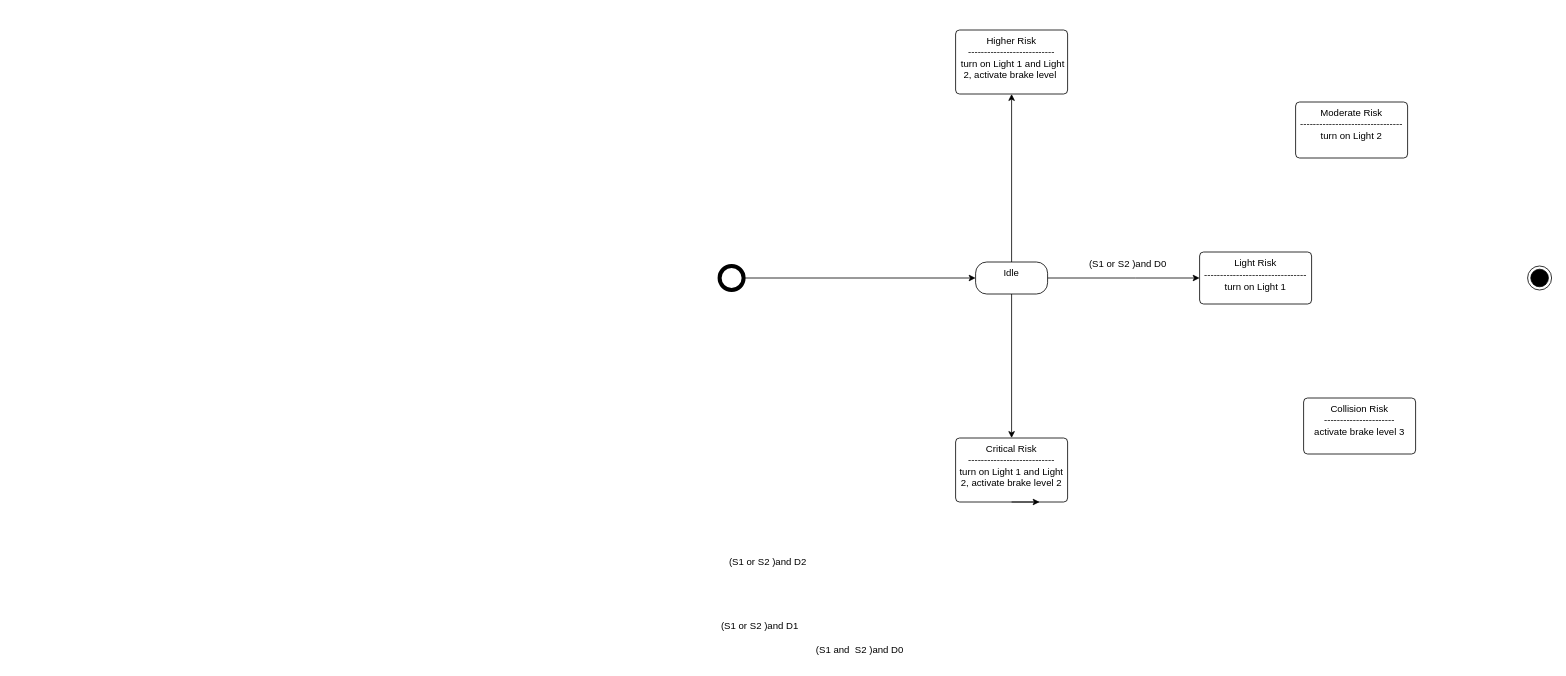
Earlier version of the draw.io diagram addd_statemachine.drawio (XingxingLiao/TEST). Source tidied: cells renumbered, new cells numbered last; positions are measured from the earlier drawing's top-left corner, leaving out a move shared by most shapes. Both pictures are drawn from the tidied source at 80%, with x=0, y=0 at pixel (711, 30).
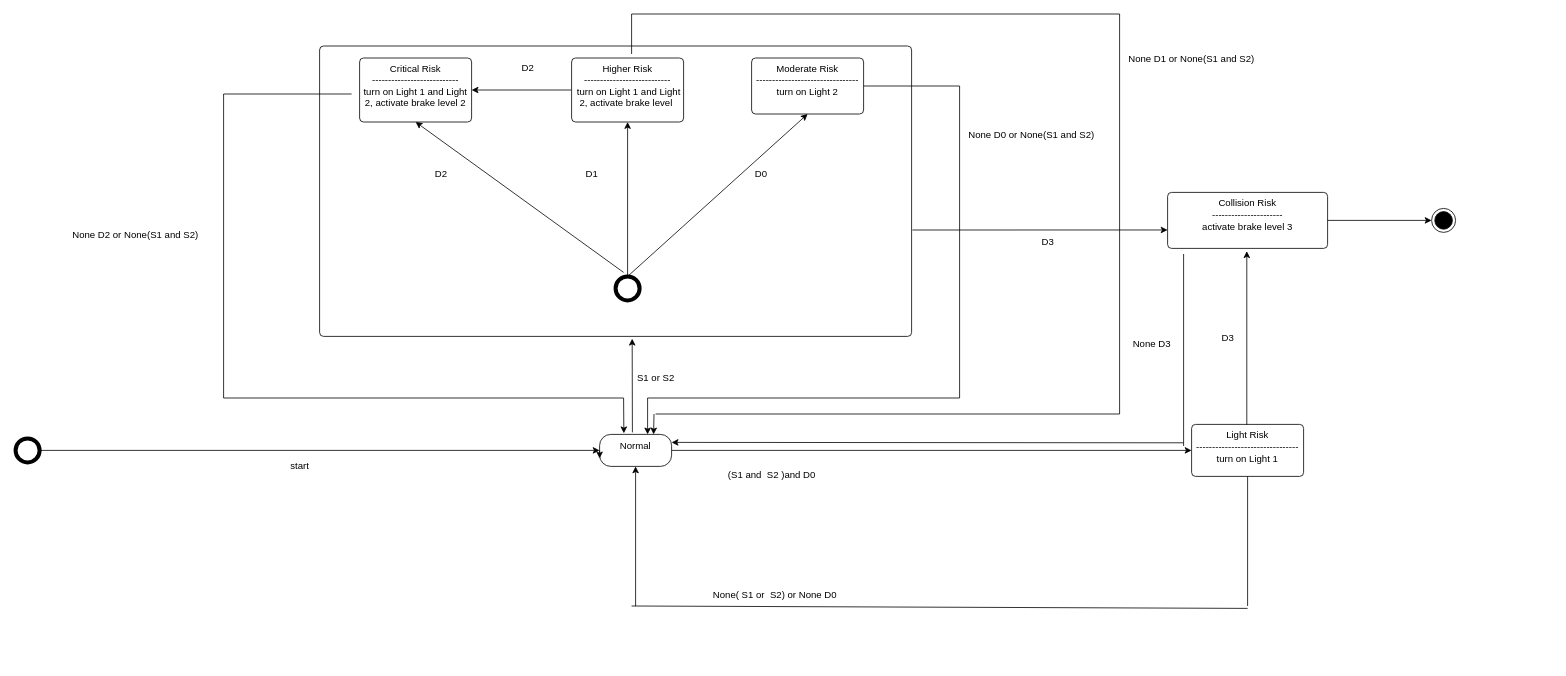
After the change.

Change to the diagram source:
```diff
@@
     <mxCell id="2" style="ellipse;html=1;shape=endState;fillColor=strokeColor;" parent="1" vertex="1">
-      <mxGeometry x="1020" y="295" width="30" height="30" as="geometry" />
+      <mxGeometry x="900" y="223" width="30" height="30" as="geometry" />
     </mxCell>
     <mxCell id="3" style="shape=ellipse;html=1;dashed=0;whiteSpace=wrap;strokeWidth=5;perimeter=ellipsePerimeter;" parent="1" vertex="1">
-      <mxGeometry x="10" y="295" width="30" height="30" as="geometry" />
+      <mxGeometry x="-870" y="510.5" width="30" height="30" as="geometry" />
     </mxCell>
@@
     <mxCell id="5" style="edgeStyle=orthogonalEdgeStyle;rounded=0;jettySize=auto;html=1;fontFamily=Helvetica;fontSize=12;fontColor=default;entryX=0;entryY=0.5;entryDx=0;entryDy=0;" parent="1" edge="1" source="8" target="17">
-      <mxGeometry relative="1" as="geometry">
-        <Array as="points">
-          <mxPoint x="530" y="310" />
-          <mxPoint x="530" y="310" />
-        </Array>
-      </mxGeometry>
+      <mxGeometry relative="1" as="geometry" />
     </mxCell>
-    <mxCell id="6" style="edgeStyle=orthogonalEdgeStyle;rounded=0;jettySize=auto;html=1;entryX=0.5;entryY=0;entryDx=0;entryDy=0;fontFamily=Helvetica;fontSize=12;fontColor=default;" parent="1" edge="1" source="8" target="13">
-      <mxGeometry relative="1" as="geometry" />
-    </mxCell>
-    <mxCell id="7" style="edgeStyle=orthogonalEdgeStyle;rounded=0;jettySize=auto;html=1;entryX=0.5;entryY=1;entryDx=0;entryDy=0;fontFamily=Helvetica;fontSize=12;fontColor=default;" parent="1" edge="1" source="8" target="16">
-      <mxGeometry relative="1" as="geometry" />
-    </mxCell>
-    <mxCell id="8" value="Idle" style="html=1;align=center;verticalAlign=top;rounded=1;absoluteArcSize=1;arcSize=28;dashed=0;whiteSpace=wrap;" parent="1" vertex="1">
-      <mxGeometry x="330" y="290" width="90" height="40" as="geometry" />
+    <mxCell id="8" value="Normal" style="html=1;align=center;verticalAlign=top;rounded=1;absoluteArcSize=1;arcSize=28;dashed=0;whiteSpace=wrap;" parent="1" vertex="1">
+      <mxGeometry x="-140" y="505.5" width="90" height="40" as="geometry" />
     </mxCell>
-    <mxCell id="9" value="(S1 or S2 )and D0" style="text;html=1;align=center;verticalAlign=middle;strokeColor=none;fillColor=none;fontFamily=Helvetica;fontSize=12;fontColor=default;" parent="1" vertex="1">
-      <mxGeometry x="460" y="277.5" width="120" height="30" as="geometry" />
-    </mxCell>
     <mxCell id="10" value="(S1 and&amp;nbsp; S2 )and D0" style="text;html=1;align=center;verticalAlign=middle;strokeColor=none;fillColor=none;fontFamily=Helvetica;fontSize=12;fontColor=default;" parent="1" vertex="1">
-      <mxGeometry x="120" y="760" width="130" height="30" as="geometry" />
+      <mxGeometry x="10" y="540.5" width="130" height="30" as="geometry" />
     </mxCell>
-    <mxCell id="11" value="(S1 or S2 )and D1" style="text;html=1;align=center;verticalAlign=middle;strokeColor=none;fillColor=none;fontFamily=Helvetica;fontSize=12;fontColor=default;" parent="1" vertex="1">
-      <mxGeometry y="730" width="120" height="30" as="geometry" />
-    </mxCell>
-    <mxCell id="12" value="(S1 or S2 )and D2" style="text;html=1;align=center;verticalAlign=middle;strokeColor=none;fillColor=none;fontFamily=Helvetica;fontSize=12;fontColor=default;" parent="1" vertex="1">
-      <mxGeometry x="10" y="650" width="120" height="30" as="geometry" />
-    </mxCell>
+    <mxCell id="14" value="Collision Risk&lt;div&gt;----------------------&lt;/div&gt;&lt;div&gt;activate brake level 3&lt;/div&gt;" style="html=1;align=center;verticalAlign=top;rounded=1;absoluteArcSize=1;arcSize=10;dashed=0;whiteSpace=wrap;strokeColor=default;fontFamily=Helvetica;fontSize=12;fontColor=default;fillColor=default;" parent="1" vertex="1">
+      <mxGeometry x="570" y="203" width="200" height="70" as="geometry" />
+    </mxCell>
+    <mxCell id="17" value="Light Risk&lt;div&gt;--------------------------------&lt;/div&gt;&lt;div&gt;turn on Light 1&lt;/div&gt;" style="html=1;align=center;verticalAlign=top;rounded=1;absoluteArcSize=1;arcSize=10;dashed=0;whiteSpace=wrap;strokeColor=default;fontFamily=Helvetica;fontSize=12;fontColor=default;fillColor=default;" parent="1" vertex="1">
+      <mxGeometry x="600" y="493" width="140" height="65" as="geometry" />
+    </mxCell>
+    <mxCell id="19" value="D3" style="text;html=1;align=center;verticalAlign=middle;strokeColor=none;fillColor=none;fontFamily=Helvetica;fontSize=12;fontColor=default;" parent="1" vertex="1">
+      <mxGeometry x="400" y="250" width="40" height="30" as="geometry" />
+    </mxCell>
+    <mxCell id="20" style="endArrow=classic;html=1;rounded=0;fontFamily=Helvetica;fontSize=12;fontColor=default;entryX=0.5;entryY=1;entryDx=0;entryDy=0;" parent="1" edge="1" target="8">
+      <mxGeometry relative="1" as="geometry">
+        <mxPoint x="-95" y="720" as="sourcePoint" />
+      </mxGeometry>
+    </mxCell>
+    <mxCell id="21" style="endArrow=none;html=1;rounded=0;fontFamily=Helvetica;fontSize=12;fontColor=default;" parent="1" edge="1">
+      <mxGeometry relative="1" as="geometry">
+        <mxPoint x="-100" y="720" as="sourcePoint" />
+        <mxPoint x="670" y="723" as="targetPoint" />
+      </mxGeometry>
+    </mxCell>
+    <mxCell id="22" style="endArrow=none;html=1;rounded=0;fontFamily=Helvetica;fontSize=12;fontColor=default;entryX=0.5;entryY=1;entryDx=0;entryDy=0;" parent="1" edge="1" target="17">
+      <mxGeometry relative="1" as="geometry">
+        <mxPoint x="670" y="720" as="sourcePoint" />
+      </mxGeometry>
+    </mxCell>
+    <mxCell id="23" style="endArrow=classic;html=1;rounded=0;fontFamily=Helvetica;fontSize=12;fontColor=default;entryX=0;entryY=0.671;entryDx=0;entryDy=0;entryPerimeter=0;" parent="1" edge="1" target="14">
+      <mxGeometry relative="1" as="geometry">
+        <mxPoint x="251" y="250" as="sourcePoint" />
+      </mxGeometry>
+    </mxCell>
+    <mxCell id="24" value="start" style="text;html=1;align=center;verticalAlign=middle;strokeColor=none;fillColor=none;fontFamily=Helvetica;fontSize=12;fontColor=default;" parent="1" vertex="1">
+      <mxGeometry x="-540" y="530" width="50" height="30" as="geometry" />
+    </mxCell>
+    <mxCell id="25" style="edgeStyle=orthogonalEdgeStyle;rounded=0;orthogonalLoop=1;jettySize=auto;html=1;exitX=0;exitY=0.5;exitDx=0;exitDy=0;entryX=0;entryY=0.75;entryDx=0;entryDy=0;fontFamily=Helvetica;fontSize=12;fontColor=default;" parent="1" edge="1" source="8" target="8">
+      <mxGeometry relative="1" as="geometry" />
+    </mxCell>
+    <mxCell id="26" style="html=1;align=center;verticalAlign=top;rounded=1;absoluteArcSize=1;arcSize=10;dashed=0;whiteSpace=wrap;strokeColor=default;fontFamily=Helvetica;fontSize=12;fontColor=default;fillColor=default;" parent="1" vertex="1">
+      <mxGeometry x="-490" y="20" width="740" height="363" as="geometry" />
+    </mxCell>
+    <mxCell id="27" value="&amp;nbsp;D0" style="text;html=1;align=center;verticalAlign=middle;strokeColor=none;fillColor=none;fontFamily=Helvetica;fontSize=12;fontColor=default;" parent="1" vertex="1">
+      <mxGeometry x="40" y="165" width="40" height="30" as="geometry" />
+    </mxCell>
+    <mxCell id="28" value="D1" style="text;html=1;align=center;verticalAlign=middle;strokeColor=none;fillColor=none;fontFamily=Helvetica;fontSize=12;fontColor=default;" parent="1" vertex="1">
+      <mxGeometry x="-170" y="165" width="40" height="30" as="geometry" />
+    </mxCell>
+    <mxCell id="29" value="&amp;nbsp;D2" style="text;html=1;align=center;verticalAlign=middle;strokeColor=none;fillColor=none;fontFamily=Helvetica;fontSize=12;fontColor=default;" parent="1" vertex="1">
+      <mxGeometry x="-360" y="165" width="40" height="30" as="geometry" />
+    </mxCell>
     <mxCell id="13" value="Critical Risk&lt;div&gt;---------------------------&lt;/div&gt;&lt;div&gt;turn on Light 1 and Light 2, activate brake level 2&lt;/div&gt;" style="html=1;align=center;verticalAlign=top;rounded=1;absoluteArcSize=1;arcSize=10;dashed=0;whiteSpace=wrap;strokeColor=default;fontFamily=Helvetica;fontSize=12;fontColor=default;fillColor=default;" parent="1" vertex="1">
-      <mxGeometry x="305" y="510" width="140" height="80" as="geometry" />
+      <mxGeometry x="-440" y="35" width="140" height="80" as="geometry" />
     </mxCell>
-    <mxCell id="14" value="Collision Risk&lt;div&gt;----------------------&lt;/div&gt;&lt;div&gt;activate brake level 3&lt;/div&gt;" style="html=1;align=center;verticalAlign=top;rounded=1;absoluteArcSize=1;arcSize=10;dashed=0;whiteSpace=wrap;strokeColor=default;fontFamily=Helvetica;fontSize=12;fontColor=default;fillColor=default;" parent="1" vertex="1">
-      <mxGeometry x="740" y="460" width="140" height="70" as="geometry" />
-    </mxCell>
     <mxCell id="15" value="Moderate Risk&lt;div&gt;--------------------------------&lt;/div&gt;&lt;div&gt;turn on Light 2&lt;/div&gt;" style="html=1;align=center;verticalAlign=top;rounded=1;absoluteArcSize=1;arcSize=10;dashed=0;whiteSpace=wrap;strokeColor=default;fontFamily=Helvetica;fontSize=12;fontColor=default;fillColor=default;" parent="1" vertex="1">
-      <mxGeometry x="730" y="90" width="140" height="70" as="geometry" />
+      <mxGeometry x="50" y="35" width="140" height="70" as="geometry" />
     </mxCell>
+    <mxCell id="30" style="edgeStyle=orthogonalEdgeStyle;rounded=0;jettySize=auto;html=1;entryX=1;entryY=0.5;entryDx=0;entryDy=0;fontFamily=Helvetica;fontSize=12;fontColor=default;" parent="1" edge="1" source="16" target="13">
+      <mxGeometry relative="1" as="geometry" />
+    </mxCell>
     <mxCell id="16" value="Higher Risk&lt;div&gt;---------------------------&lt;/div&gt;&lt;div&gt;&amp;nbsp;turn on Light 1 and Light 2, activate brake level&amp;nbsp;&lt;/div&gt;" style="html=1;align=center;verticalAlign=top;rounded=1;absoluteArcSize=1;arcSize=10;dashed=0;whiteSpace=wrap;strokeColor=default;fontFamily=Helvetica;fontSize=12;fontColor=default;fillColor=default;" parent="1" vertex="1">
-      <mxGeometry x="305" width="140" height="80" as="geometry" />
+      <mxGeometry x="-175" y="35" width="140" height="80" as="geometry" />
     </mxCell>
-    <mxCell id="17" value="Light Risk&lt;div&gt;--------------------------------&lt;/div&gt;&lt;div&gt;turn on Light 1&lt;/div&gt;" style="html=1;align=center;verticalAlign=top;rounded=1;absoluteArcSize=1;arcSize=10;dashed=0;whiteSpace=wrap;strokeColor=default;fontFamily=Helvetica;fontSize=12;fontColor=default;fillColor=default;" parent="1" vertex="1">
-      <mxGeometry x="610" y="277.5" width="140" height="65" as="geometry" />
-    </mxCell>
-    <mxCell id="18" style="edgeStyle=orthogonalEdgeStyle;rounded=0;orthogonalLoop=1;jettySize=auto;html=1;exitX=0.5;exitY=1;exitDx=0;exitDy=0;entryX=0.75;entryY=1;entryDx=0;entryDy=0;fontFamily=Helvetica;fontSize=12;fontColor=default;" parent="1" edge="1" source="13" target="13">
-      <mxGeometry relative="1" as="geometry" />
-    </mxCell>
+    <mxCell id="31" value="D3" style="text;html=1;align=center;verticalAlign=middle;strokeColor=none;fillColor=none;fontFamily=Helvetica;fontSize=12;fontColor=default;" parent="1" vertex="1">
+      <mxGeometry x="625" y="370" width="40" height="30" as="geometry" />
+    </mxCell>
+    <mxCell id="32" style="endArrow=classic;html=1;rounded=0;fontFamily=Helvetica;fontSize=12;fontColor=default;entryX=0.5;entryY=1;entryDx=0;entryDy=0;" parent="1" edge="1" target="13">
+      <mxGeometry relative="1" as="geometry">
+        <mxPoint x="-110" y="303" as="sourcePoint" />
+      </mxGeometry>
+    </mxCell>
+    <mxCell id="33" value="D2" style="text;html=1;align=center;verticalAlign=middle;strokeColor=none;fillColor=none;fontFamily=Helvetica;fontSize=12;fontColor=default;" parent="1" vertex="1">
+      <mxGeometry x="-250" y="33" width="40" height="30" as="geometry" />
+    </mxCell>
+    <mxCell id="34" style="endArrow=classic;html=1;rounded=0;fontFamily=Helvetica;fontSize=12;fontColor=default;entryX=0.5;entryY=1;entryDx=0;entryDy=0;exitX=0.5;exitY=0;exitDx=0;exitDy=0;" parent="1" edge="1" source="37" target="16">
+      <mxGeometry relative="1" as="geometry" />
+    </mxCell>
+    <mxCell id="35" style="endArrow=classic;html=1;rounded=0;fontFamily=Helvetica;fontSize=12;fontColor=default;entryX=0.5;entryY=1;entryDx=0;entryDy=0;exitX=0.5;exitY=0;exitDx=0;exitDy=0;" parent="1" edge="1" source="37" target="15">
+      <mxGeometry relative="1" as="geometry" />
+    </mxCell>
+    <mxCell id="36" style="edgeLabel;html=1;align=center;verticalAlign=middle;rounded=1;dashed=1;strokeColor=default;arcSize=10;fontFamily=Helvetica;fontSize=12;fontColor=default;fillColor=default;" parent="35" vertex="1">
+      <mxGeometry x="0.37" y="-6" relative="1" as="geometry">
+        <mxPoint y="1" as="offset" />
+      </mxGeometry>
+    </mxCell>
+    <mxCell id="37" style="shape=ellipse;html=1;dashed=0;whiteSpace=wrap;strokeWidth=5;perimeter=ellipsePerimeter;" parent="1" vertex="1">
+      <mxGeometry x="-120" y="308" width="30" height="30" as="geometry" />
+    </mxCell>
+    <mxCell id="38" style="endArrow=classic;html=1;rounded=0;fontFamily=Helvetica;fontSize=12;fontColor=default;entryX=0.528;entryY=1.008;entryDx=0;entryDy=0;entryPerimeter=0;" parent="1" edge="1" target="26">
+      <mxGeometry relative="1" as="geometry">
+        <mxPoint x="-99" y="503" as="sourcePoint" />
+      </mxGeometry>
+    </mxCell>
+    <mxCell id="39" value="S1 or S2" style="text;html=1;align=center;verticalAlign=middle;points=[];strokeColor=none;fillColor=none;fontFamily=Helvetica;fontSize=12;fontColor=default;" parent="1" vertex="1">
+      <mxGeometry x="-105" y="420" width="70" height="30" as="geometry" />
+    </mxCell>
+    <mxCell id="40" value="&lt;div style=&quot;text-align: center;&quot;&gt;&lt;span style=&quot;text-wrap-mode: nowrap;&quot;&gt;None( S1 or&amp;nbsp; S2) or None D0&lt;/span&gt;&lt;/div&gt;" style="text;whiteSpace=wrap;html=1;fontFamily=Helvetica;fontSize=12;fontColor=default;" parent="1" vertex="1">
+      <mxGeometry y="693" width="140" height="40" as="geometry" />
+    </mxCell>
+    <mxCell id="41" style="endArrow=classic;html=1;rounded=0;fontFamily=Helvetica;fontSize=12;fontColor=default;" parent="1" edge="1">
+      <mxGeometry relative="1" as="geometry">
+        <mxPoint x="669" y="493.5" as="sourcePoint" />
+        <mxPoint x="669" y="276.5" as="targetPoint" />
+      </mxGeometry>
+    </mxCell>
+    <mxCell id="42" style="endArrow=none;html=1;rounded=0;fontFamily=Helvetica;fontSize=12;fontColor=default;" parent="1" edge="1">
+      <mxGeometry relative="1" as="geometry">
+        <mxPoint x="-610" y="80" as="sourcePoint" />
+        <mxPoint x="-450" y="80" as="targetPoint" />
+      </mxGeometry>
+    </mxCell>
+    <mxCell id="43" style="endArrow=none;html=1;rounded=0;fontFamily=Helvetica;fontSize=12;fontColor=default;" parent="1" edge="1">
+      <mxGeometry relative="1" as="geometry">
+        <mxPoint x="-610" y="460" as="sourcePoint" />
+        <mxPoint x="-610" y="80" as="targetPoint" />
+      </mxGeometry>
+    </mxCell>
+    <mxCell id="44" style="endArrow=none;html=1;rounded=0;fontFamily=Helvetica;fontSize=12;fontColor=default;" parent="1" edge="1">
+      <mxGeometry relative="1" as="geometry">
+        <mxPoint x="-610" y="460" as="sourcePoint" />
+        <mxPoint x="-110" y="460" as="targetPoint" />
+      </mxGeometry>
+    </mxCell>
+    <mxCell id="45" style="endArrow=none;html=1;rounded=0;fontFamily=Helvetica;fontSize=12;fontColor=default;exitX=1;exitY=0.5;exitDx=0;exitDy=0;" parent="1" edge="1" source="15">
+      <mxGeometry relative="1" as="geometry">
+        <mxPoint x="310" y="70" as="targetPoint" />
+      </mxGeometry>
+    </mxCell>
+    <mxCell id="46" style="endArrow=none;html=1;rounded=0;fontFamily=Helvetica;fontSize=12;fontColor=default;" parent="1" edge="1">
+      <mxGeometry relative="1" as="geometry">
+        <mxPoint x="310" y="460" as="sourcePoint" />
+        <mxPoint x="310" y="70" as="targetPoint" />
+      </mxGeometry>
+    </mxCell>
+    <mxCell id="47" style="endArrow=none;html=1;rounded=0;fontFamily=Helvetica;fontSize=12;fontColor=default;exitX=0.357;exitY=1.333;exitDx=0;exitDy=0;exitPerimeter=0;" parent="1" edge="1" source="39">
+      <mxGeometry relative="1" as="geometry">
+        <mxPoint x="310" y="460" as="targetPoint" />
+      </mxGeometry>
+    </mxCell>
+    <mxCell id="48" style="endArrow=classic;html=1;rounded=0;fontFamily=Helvetica;fontSize=12;fontColor=default;" parent="1" edge="1">
+      <mxGeometry relative="1" as="geometry">
+        <mxPoint x="-80" y="460" as="sourcePoint" />
+        <mxPoint x="-80" y="505.5" as="targetPoint" />
+      </mxGeometry>
+    </mxCell>
+    <mxCell id="49" style="endArrow=none;html=1;rounded=0;fontFamily=Helvetica;fontSize=12;fontColor=default;" parent="1" edge="1">
+      <mxGeometry relative="1" as="geometry">
+        <mxPoint x="-100" y="30" as="sourcePoint" />
+        <mxPoint x="-100" y="-20" as="targetPoint" />
+      </mxGeometry>
+    </mxCell>
+    <mxCell id="50" style="endArrow=none;html=1;rounded=0;fontFamily=Helvetica;fontSize=12;fontColor=default;" parent="1" edge="1">
+      <mxGeometry relative="1" as="geometry">
+        <mxPoint x="-100" y="-20" as="sourcePoint" />
+        <mxPoint x="510" y="-20" as="targetPoint" />
+      </mxGeometry>
+    </mxCell>
+    <mxCell id="51" style="endArrow=none;html=1;rounded=0;fontFamily=Helvetica;fontSize=12;fontColor=default;" parent="1" edge="1">
+      <mxGeometry relative="1" as="geometry">
+        <mxPoint x="510" y="480" as="sourcePoint" />
+        <mxPoint x="510" y="-20" as="targetPoint" />
+      </mxGeometry>
+    </mxCell>
+    <mxCell id="52" style="endArrow=classic;html=1;rounded=0;fontFamily=Helvetica;fontSize=12;fontColor=default;entryX=0.75;entryY=0;entryDx=0;entryDy=0;" parent="1" edge="1" target="8">
+      <mxGeometry relative="1" as="geometry">
+        <mxPoint x="-72" y="480" as="sourcePoint" />
+      </mxGeometry>
+    </mxCell>
+    <mxCell id="53" style="endArrow=none;html=1;rounded=0;fontFamily=Helvetica;fontSize=12;fontColor=default;" parent="1" edge="1">
+      <mxGeometry relative="1" as="geometry">
+        <mxPoint x="-70" y="480" as="sourcePoint" />
+        <mxPoint x="510" y="480" as="targetPoint" />
+      </mxGeometry>
+    </mxCell>
+    <mxCell id="54" style="endArrow=none;html=1;rounded=0;fontFamily=Helvetica;fontSize=12;fontColor=default;" parent="1" edge="1">
+      <mxGeometry relative="1" as="geometry">
+        <mxPoint x="590" y="520" as="sourcePoint" />
+        <mxPoint x="590" y="280" as="targetPoint" />
+      </mxGeometry>
+    </mxCell>
+    <mxCell id="55" style="endArrow=classic;html=1;rounded=0;fontFamily=Helvetica;fontSize=12;fontColor=default;entryX=1;entryY=0.25;entryDx=0;entryDy=0;" parent="1" edge="1" target="8">
+      <mxGeometry relative="1" as="geometry">
+        <mxPoint x="590" y="516" as="sourcePoint" />
+      </mxGeometry>
+    </mxCell>
+    <mxCell id="56" value="None D2 or None(S1 and S2)" style="text;html=1;align=center;verticalAlign=middle;whiteSpace=wrap;rounded=0;fontFamily=Helvetica;fontSize=12;fontColor=default;" parent="1" vertex="1">
+      <mxGeometry x="-820" y="240" width="200" height="33" as="geometry" />
+    </mxCell>
+    <mxCell id="57" value="None D1&amp;nbsp;or None(S1 and S2)" style="text;html=1;align=center;verticalAlign=middle;whiteSpace=wrap;rounded=0;fontFamily=Helvetica;fontSize=12;fontColor=default;" parent="1" vertex="1">
+      <mxGeometry x="500" y="20" width="200" height="33" as="geometry" />
+    </mxCell>
+    <mxCell id="58" value="None D0 or None(S1 and S2)" style="text;html=1;align=center;verticalAlign=middle;whiteSpace=wrap;rounded=0;fontFamily=Helvetica;fontSize=12;fontColor=default;" parent="1" vertex="1">
+      <mxGeometry x="300" y="115" width="200" height="33" as="geometry" />
+    </mxCell>
+    <mxCell id="59" style="endArrow=classic;html=1;rounded=0;fontFamily=Helvetica;fontSize=12;fontColor=default;entryX=0.337;entryY=-0.035;entryDx=0;entryDy=0;entryPerimeter=0;" parent="1" edge="1" target="8">
+      <mxGeometry relative="1" as="geometry">
+        <mxPoint x="-110" y="460" as="sourcePoint" />
+      </mxGeometry>
+    </mxCell>
+    <mxCell id="60" style="edgeStyle=orthogonalEdgeStyle;rounded=0;orthogonalLoop=1;jettySize=auto;html=1;exitX=0.5;exitY=1;exitDx=0;exitDy=0;fontFamily=Helvetica;fontSize=12;fontColor=default;" parent="1" edge="1" source="57" target="57">
+      <mxGeometry relative="1" as="geometry" />
+    </mxCell>
+    <mxCell id="61" value="None D3" style="text;html=1;align=center;verticalAlign=middle;strokeColor=none;fillColor=none;fontFamily=Helvetica;fontSize=12;fontColor=default;" parent="1" vertex="1">
+      <mxGeometry x="515" y="378" width="70" height="30" as="geometry" />
+    </mxCell>
+    <mxCell id="62" style="endArrow=classic;html=1;rounded=0;fontFamily=Helvetica;fontSize=12;fontColor=default;entryX=0;entryY=0.5;entryDx=0;entryDy=0;" parent="1" edge="1" source="14" target="2">
+      <mxGeometry relative="1" as="geometry" />
+    </mxCell>
```
